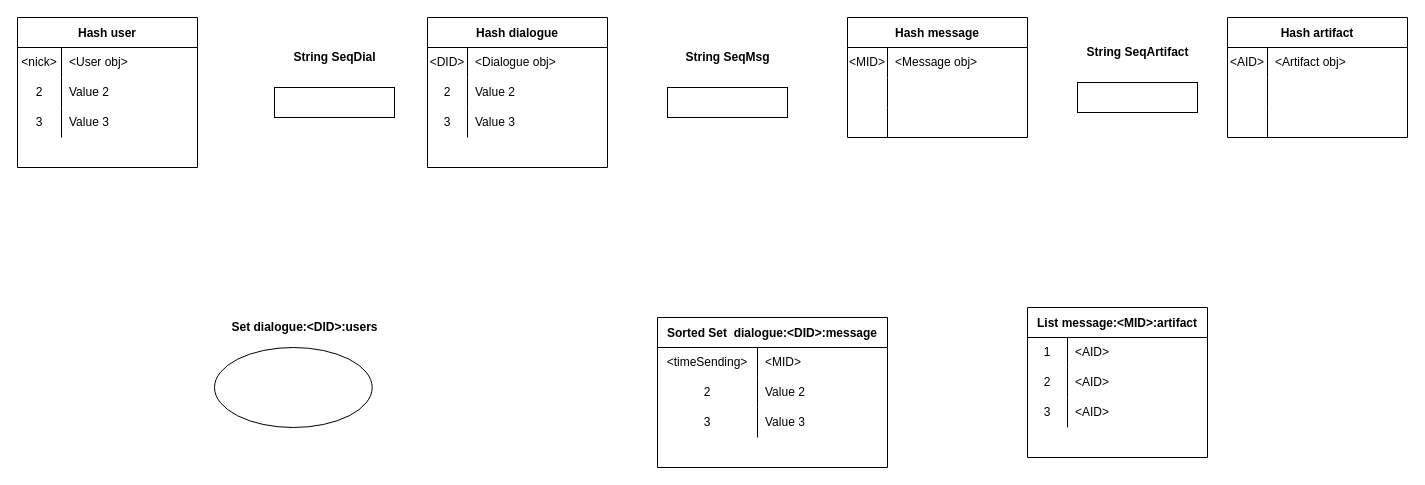
The draw.io diagram doc/pdf/src/diagrams/src/Модель данных.drawio in okayno14/E-message, before the edit. Source tidied: cells renumbered, new cells numbered last; positions are measured from the earlier drawing's top-left corner, leaving out a move shared by most shapes. Both pictures are drawn from the tidied source at 100%, with x=0, y=0 at pixel (17, 17).
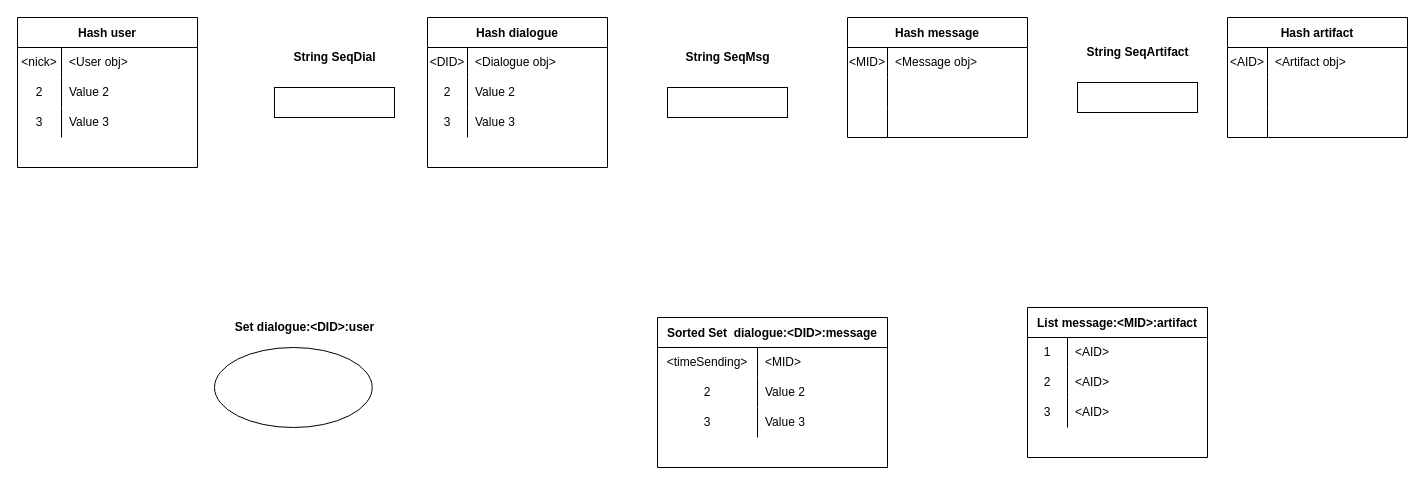
The same page after the edit.

The change refers to these unchanged cells:
```xml
<mxCell id="71" style="group;" parent="1" vertex="1">
  <mxGeometry x="197" y="300" width="180" height="110" as="geometry" />
</mxCell>
```

Change to the diagram source:
```diff
@@
-    <mxCell id="73" value="&lt;b&gt;Set dialogue:&amp;lt;DID&amp;gt;:users&lt;/b&gt;" style="text;html=1;align=center;verticalAlign=middle;strokeColor=none;fillColor=none;" parent="71" vertex="1">
-      <mxGeometry x="10" width="160" height="20" as="geometry" />
+    <mxCell id="73" value="&lt;b&gt;Set dialogue:&amp;lt;DID&amp;gt;:user&lt;/b&gt;" style="text;html=1;align=center;verticalAlign=middle;strokeColor=none;fillColor=none;" parent="71" vertex="1">
+      <mxGeometry x="15" width="150" height="20" as="geometry" />
     </mxCell>
```
